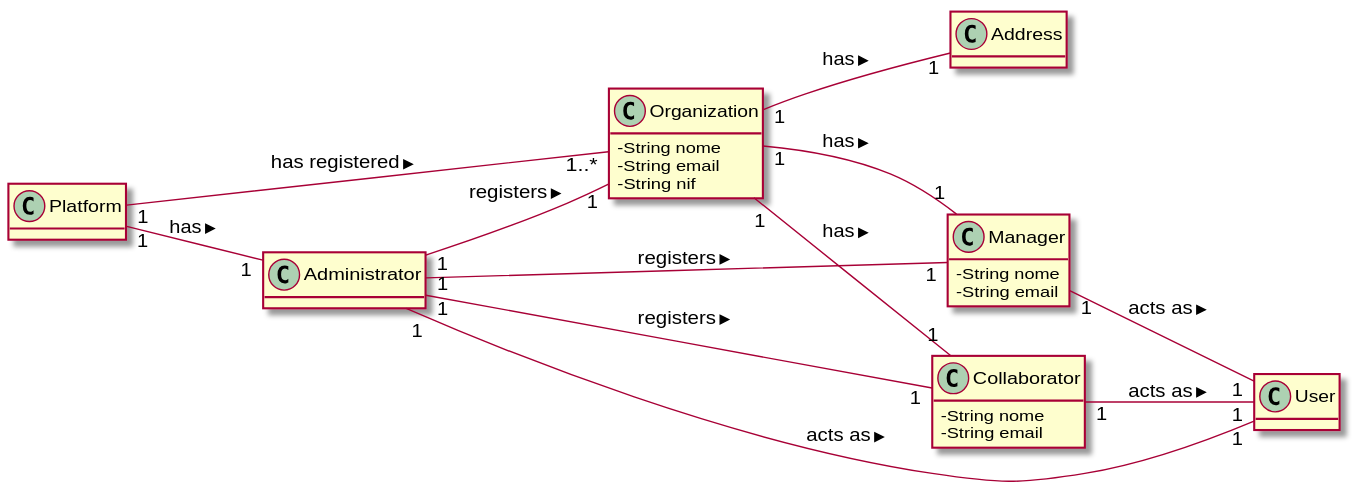
This is docs/UC1 - Register Organization/UC1_MD.svg from 1190452/LAPR2, a PlantUML export, as it was before one commit.
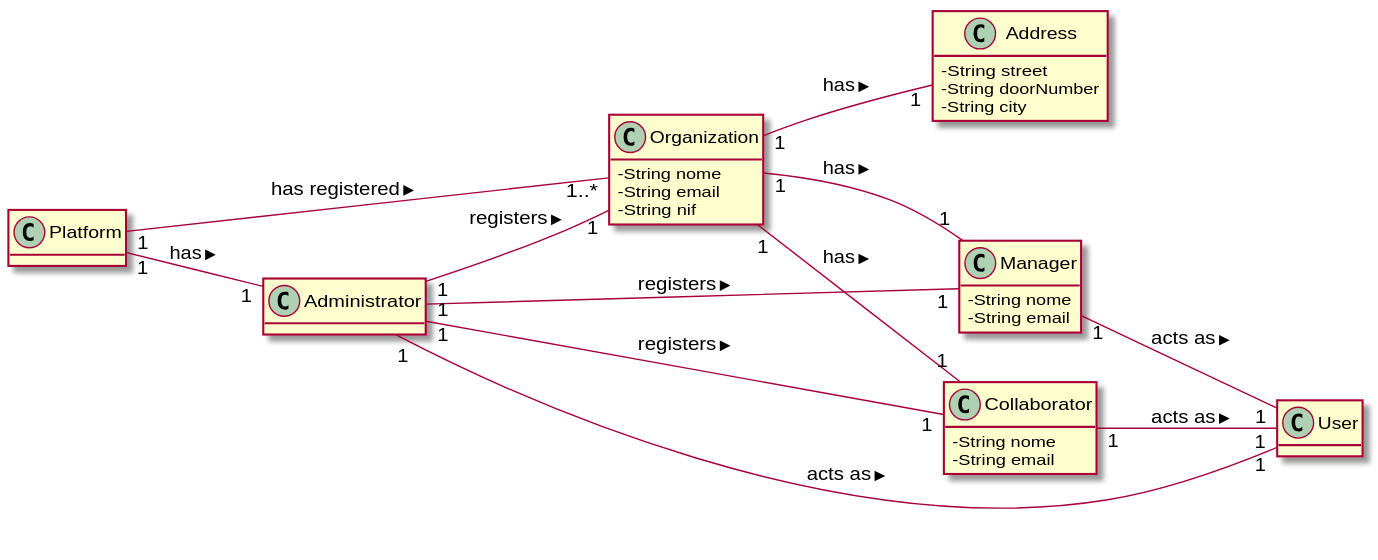
After the change.

Change to the diagram source:
```diff
@@ -26,8 +26,11 @@
 class User {
 }
 
-
-
+class Address {
+  -String street
+  -String doorNumber
+  -String city
+}
 
 
 Platform "1" -- "1" Administrator: has >
```
